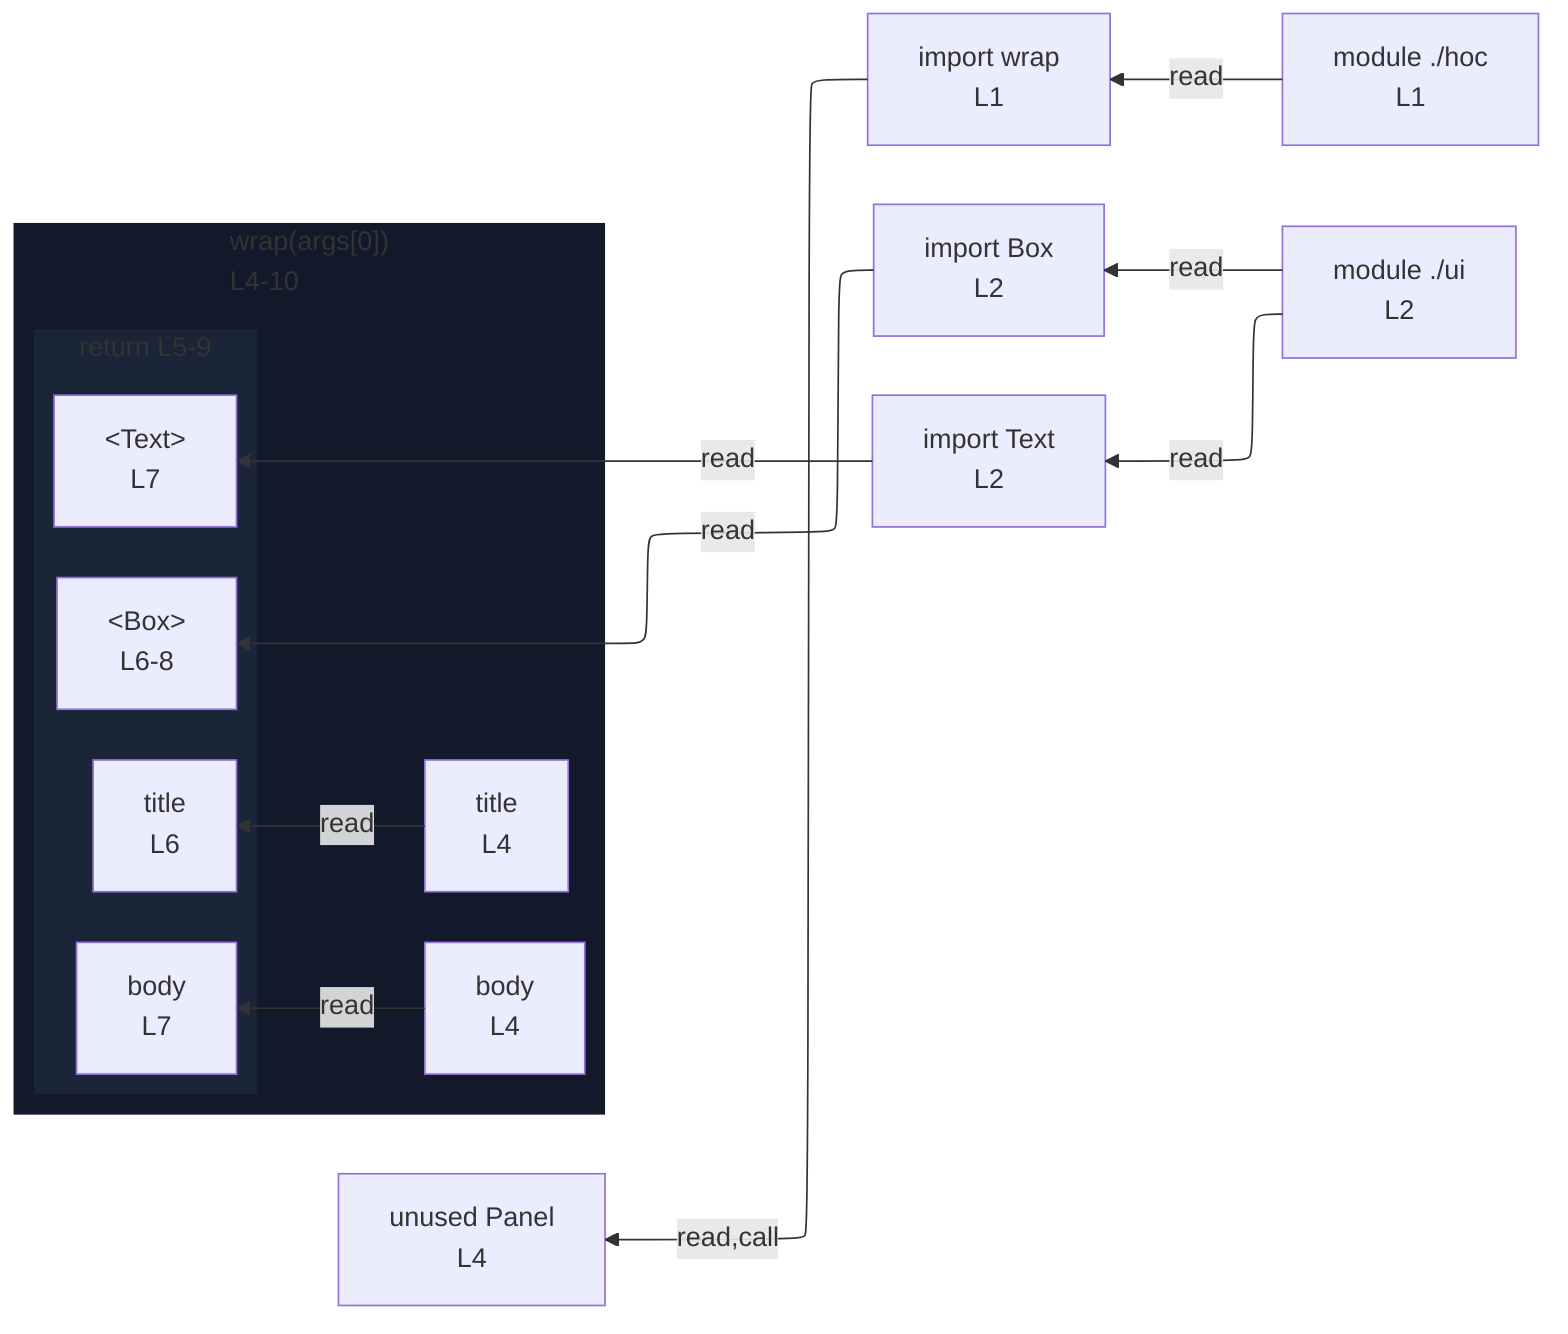
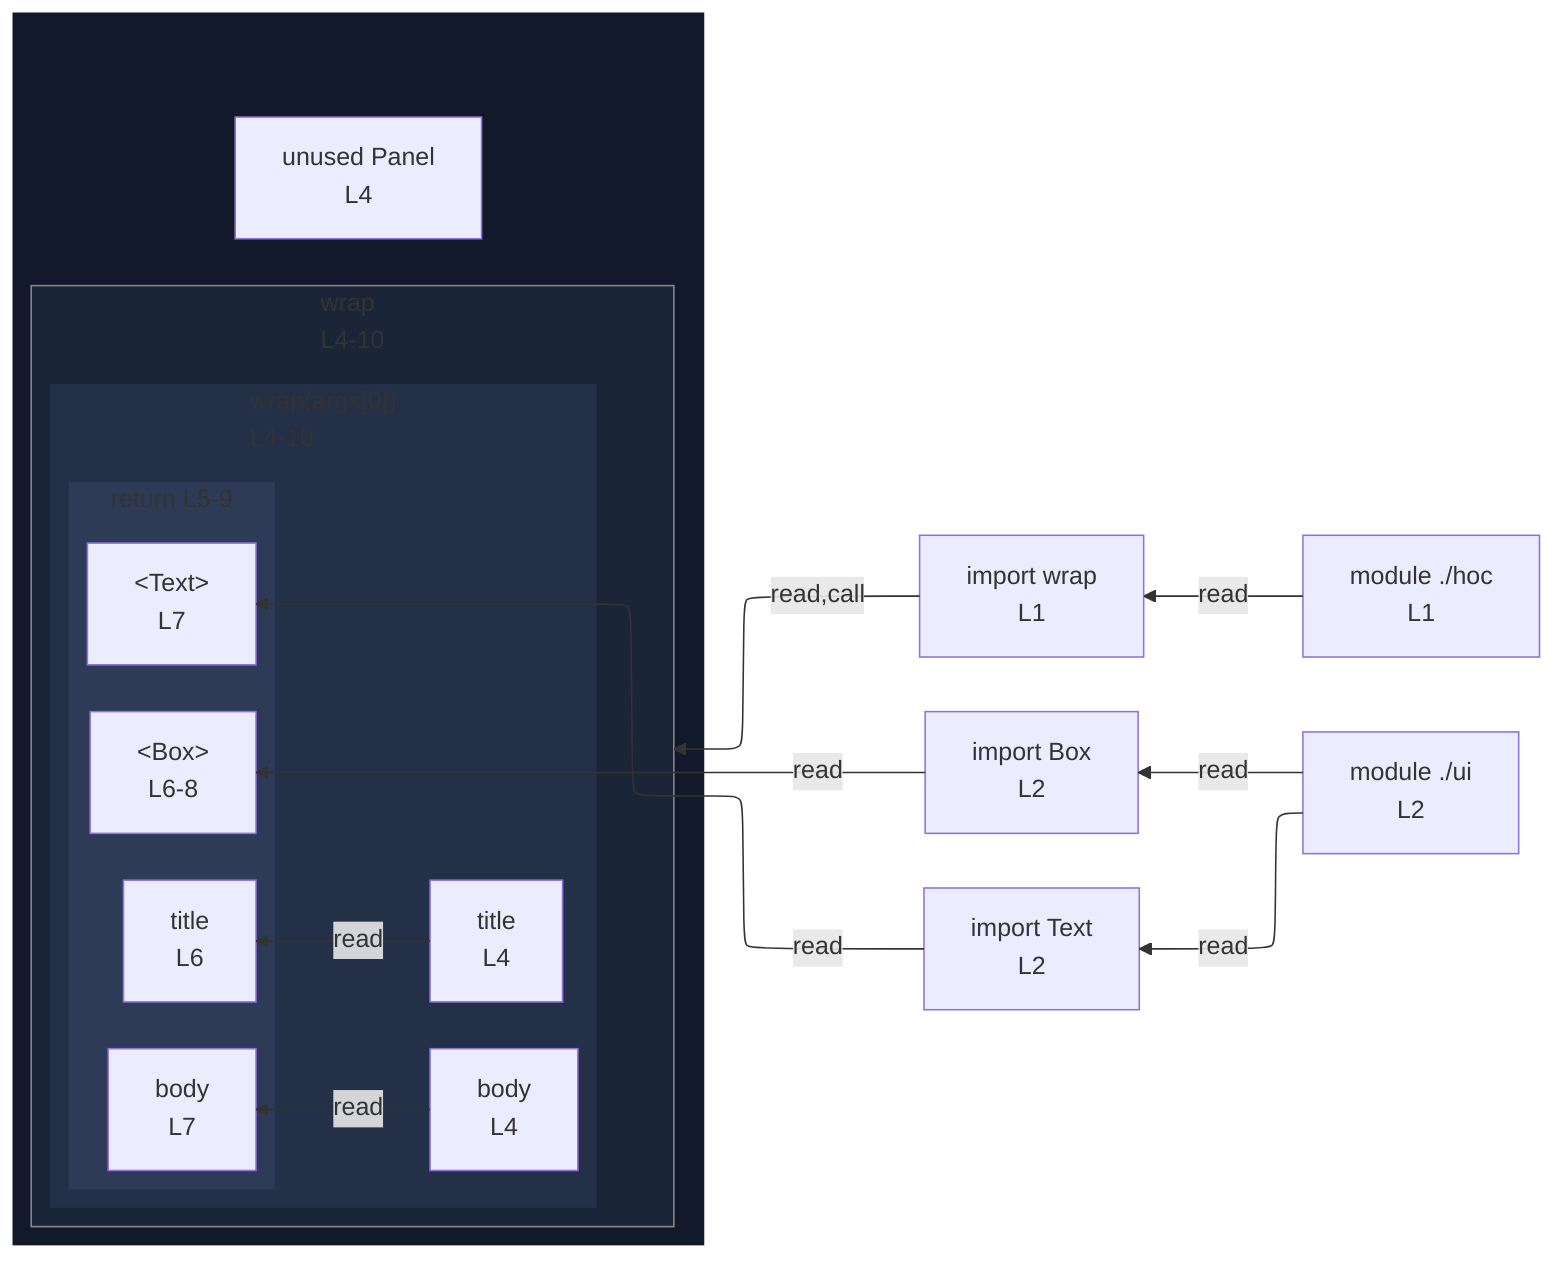
%%{init: {"flowchart": {"defaultRenderer": "elk"}}}%%
flowchart RL
  n_scope_0_wrap_9["import wrap<br/>L1"]
  n_scope_0_Box_39["import Box<br/>L2"]
  n_scope_0_Text_44["import Text<br/>L2"]
-   n_scope_0_Panel_78["unused Panel<br/>L4"]
-   subgraph s_scope_1["wrap(args[0])<br/>L4-10"]
-     direction RL
-     n_scope_1_title_92["title<br/>L4"]
-     n_scope_1_body_107["body<br/>L4"]
-     subgraph s_return_scope_1_128_202["return L5-9"]
+   subgraph wrap_call_proxy_ref_1[" "]
+     direction TB
+     n_scope_0_Panel_78["unused Panel<br/>L4"]
+     subgraph call_proxy_ref_1["wrap<br/>L4-10"]
      direction RL
-       ret_use_ref_2["&lt;Box&gt;<br/>L6-8"]
-       ret_use_ref_3["title<br/>L6"]
-       ret_use_ref_4["&lt;Text&gt;<br/>L7"]
-       ret_use_ref_5["body<br/>L7"]
+       subgraph s_scope_1["wrap(args[0])<br/>L4-10"]
+         direction RL
+         n_scope_1_title_92["title<br/>L4"]
+         n_scope_1_body_107["body<br/>L4"]
+         subgraph s_return_scope_1_128_202["return L5-9"]
+           direction RL
+           ret_use_ref_2["&lt;Box&gt;<br/>L6-8"]
+           ret_use_ref_3["title<br/>L6"]
+           ret_use_ref_4["&lt;Text&gt;<br/>L7"]
+           ret_use_ref_5["body<br/>L7"]
+         end
+       end
    end
  end
-   n_scope_0_wrap_9 -->|read,call| n_scope_0_Panel_78
+   n_scope_0_wrap_9 -->|read,call| call_proxy_ref_1
  n_scope_0_Box_39 -->|read| ret_use_ref_2
  n_scope_1_title_92 -->|read| ret_use_ref_3
  n_scope_0_Text_44 -->|read| ret_use_ref_4
  n_scope_1_body_107 -->|read| ret_use_ref_5
  mod___hoc["module ./hoc<br/>L1"]
  mod___ui["module ./ui<br/>L2"]
  mod___hoc -->|read| n_scope_0_wrap_9
  mod___ui -->|read| n_scope_0_Box_39
  mod___ui -->|read| n_scope_0_Text_44
  classDef nestL1 fill:#11192a,stroke:transparent;
-   class s_scope_1 nestL1;
+   class wrap_call_proxy_ref_1 nestL1;
  classDef nestL2 fill:#1a2538,stroke:transparent;
-   class s_return_scope_1_128_202 nestL2;
+   class call_proxy_ref_1 nestL2;
+   classDef nestL3 fill:#243047,stroke:transparent;
+   class s_scope_1 nestL3;
+   classDef nestL4 fill:#2d3b57,stroke:transparent;
+   class s_return_scope_1_128_202 nestL4;
+   classDef edgeTargetSubgraph stroke:#888;
+   class call_proxy_ref_1 edgeTargetSubgraph;
